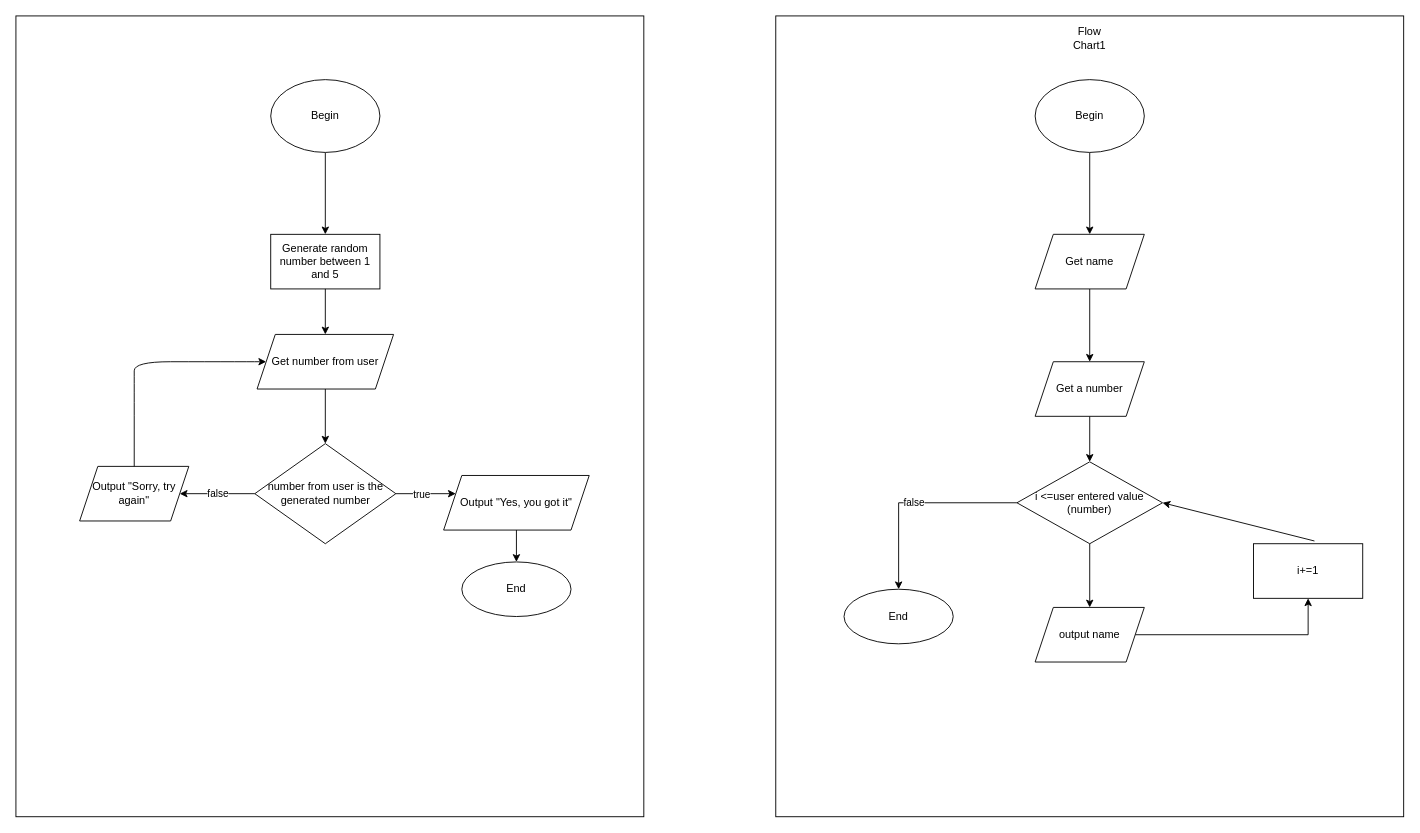
mh-anwar/ICS3U1 keeps this draw.io diagram as assignmentThirteenAnwar/Untitled Diagram.drawio. Above is the earlier version. Source tidied: cells renumbered, new cells numbered last; positions are measured from the earlier drawing's top-left corner, leaving out a move shared by most shapes. Both pictures are drawn from the tidied source at 91%, with x=0, y=0 at pixel (15, 15).
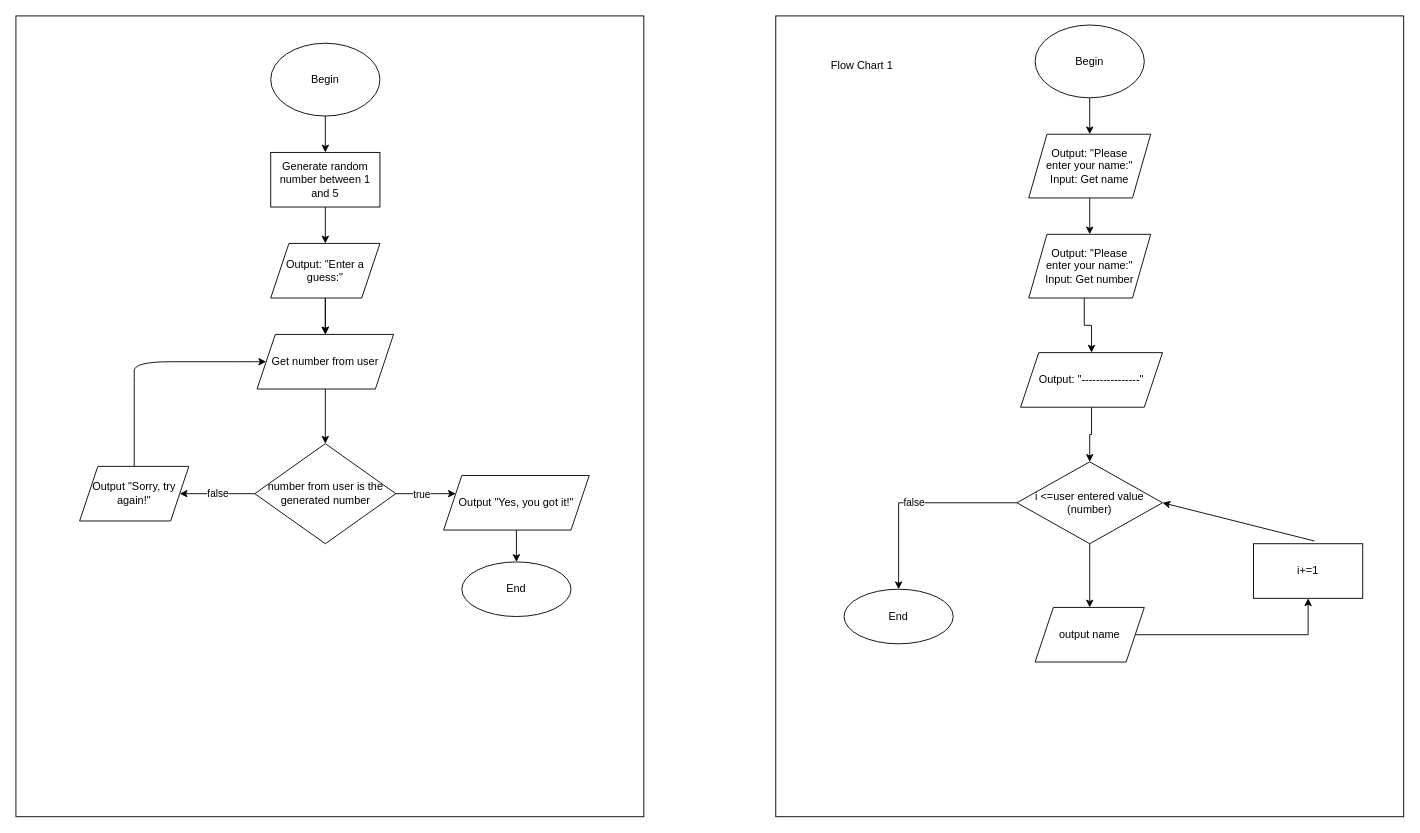
Above is the later version.

The change refers to these unchanged cells:
```xml
<mxCell id="11" value="i &amp;lt;=user entered value (number)" style="rhombus;whiteSpace=wrap;html=1;" parent="1" vertex="1">
  <mxGeometry x="1100" y="490" width="160" height="90" as="geometry" />
</mxCell>
<mxCell id="23" value="Get number from user" style="shape=parallelogram;perimeter=parallelogramPerimeter;whiteSpace=wrap;html=1;fixedSize=1;" parent="1" vertex="1">
  <mxGeometry x="265" y="350" width="150" height="60" as="geometry" />
</mxCell>
```

What changed in the source:
```diff
@@
-    <mxCell id="4" style="edgeStyle=orthogonalEdgeStyle;rounded=0;jettySize=auto;html=1;" parent="1" edge="1" source="5" target="7">
+    <mxCell id="4" style="edgeStyle=orthogonalEdgeStyle;rounded=0;jettySize=auto;html=1;" parent="1" edge="1" source="5" target="35">
       <mxGeometry relative="1" as="geometry" />
     </mxCell>
     <mxCell id="5" value="Begin" style="ellipse;whiteSpace=wrap;html=1;" parent="1" vertex="1">
-      <mxGeometry x="1120" y="70" width="120" height="80" as="geometry" />
+      <mxGeometry x="1120" y="10" width="120" height="80" as="geometry" />
     </mxCell>
-    <mxCell id="6" style="edgeStyle=orthogonalEdgeStyle;rounded=0;jettySize=auto;html=1;" parent="1" edge="1" source="7" target="9">
+    <mxCell id="6" style="edgeStyle=orthogonalEdgeStyle;rounded=0;jettySize=auto;html=1;exitX=0.455;exitY=1;exitDx=0;exitDy=0;exitPerimeter=0;" parent="1" edge="1" source="36" target="37">
       <mxGeometry relative="1" as="geometry" />
     </mxCell>
-    <mxCell id="7" value="Get name" style="shape=parallelogram;perimeter=parallelogramPerimeter;whiteSpace=wrap;html=1;fixedSize=1;" parent="1" vertex="1">
-      <mxGeometry x="1120" y="240" width="120" height="60" as="geometry" />
-    </mxCell>
-    <mxCell id="8" style="edgeStyle=orthogonalEdgeStyle;rounded=0;jettySize=auto;html=1;" parent="1" edge="1" source="9" target="11">
+    <mxCell id="8" style="edgeStyle=orthogonalEdgeStyle;rounded=0;jettySize=auto;html=1;" parent="1" edge="1" source="37" target="11">
       <mxGeometry relative="1" as="geometry" />
     </mxCell>
-    <mxCell id="9" value="Get a number" style="shape=parallelogram;perimeter=parallelogramPerimeter;whiteSpace=wrap;html=1;fixedSize=1;" parent="1" vertex="1">
-      <mxGeometry x="1120" y="380" width="120" height="60" as="geometry" />
-    </mxCell>
@@
-    <mxCell id="18" value="Flow Chart1" style="text;html=1;strokeColor=none;fillColor=none;align=center;verticalAlign=middle;whiteSpace=wrap;rounded=0;" parent="1" vertex="1">
-      <mxGeometry x="1150" y="10" width="60" height="30" as="geometry" />
+    <mxCell id="18" value="Flow Chart 1" style="text;html=1;strokeColor=none;fillColor=none;align=center;verticalAlign=middle;whiteSpace=wrap;rounded=0;" parent="1" vertex="1">
+      <mxGeometry x="890" y="40" width="80" height="30" as="geometry" />
     </mxCell>
@@
     <mxCell id="20" value="Begin" style="ellipse;whiteSpace=wrap;html=1;" parent="1" vertex="1">
-      <mxGeometry x="280" y="70" width="120" height="80" as="geometry" />
+      <mxGeometry x="280" y="30" width="120" height="80" as="geometry" />
     </mxCell>
     <mxCell id="21" value="Generate random number between 1 and 5" style="whiteSpace=wrap;html=1;" parent="1" vertex="1">
-      <mxGeometry x="280" y="240" width="120" height="60" as="geometry" />
+      <mxGeometry x="280" y="150" width="120" height="60" as="geometry" />
     </mxCell>
@@
-    <mxCell id="24" style="endArrow=classic;html=1;rounded=0;exitX=0.5;exitY=1;exitDx=0;exitDy=0;entryX=0.5;entryY=0;entryDx=0;entryDy=0;" parent="1" edge="1" source="21" target="23">
-      <mxGeometry relative="1" as="geometry" />
+    <mxCell id="24" style="endArrow=classic;html=1;rounded=0;entryX=0.5;entryY=0;entryDx=0;entryDy=0;" parent="1" edge="1" target="23">
+      <mxGeometry relative="1" as="geometry">
+        <mxPoint x="340" y="310" as="sourcePoint" />
+      </mxGeometry>
     </mxCell>
@@
-    <mxCell id="29" value="Output &quot;Sorry, try again&quot;" style="shape=parallelogram;perimeter=parallelogramPerimeter;whiteSpace=wrap;html=1;fixedSize=1;" parent="1" vertex="1">
+    <mxCell id="29" value="Output &quot;Sorry, try again!&quot;" style="shape=parallelogram;perimeter=parallelogramPerimeter;whiteSpace=wrap;html=1;fixedSize=1;" parent="1" vertex="1">
       <mxGeometry x="70" y="495" width="120" height="60" as="geometry" />
     </mxCell>
@@
-    <mxCell id="31" value="Output &quot;Yes, you got it&quot;" style="shape=parallelogram;perimeter=parallelogramPerimeter;whiteSpace=wrap;html=1;fixedSize=1;" parent="1" vertex="1">
+    <mxCell id="31" value="Output &quot;Yes, you got it!&quot;" style="shape=parallelogram;perimeter=parallelogramPerimeter;whiteSpace=wrap;html=1;fixedSize=1;" parent="1" vertex="1">
       <mxGeometry x="470" y="505" width="160" height="60" as="geometry" />
     </mxCell>
@@
+    <mxCell id="34" style="edgeStyle=orthogonalEdgeStyle;rounded=0;jettySize=auto;html=1;" parent="1" edge="1" source="35" target="36">
+      <mxGeometry relative="1" as="geometry" />
+    </mxCell>
+    <mxCell id="35" value="Output: &quot;Please enter your name:&quot;&lt;br&gt;Input: Get name" style="shape=parallelogram;perimeter=parallelogramPerimeter;whiteSpace=wrap;html=1;fixedSize=1;spacingTop=10;spacingBottom=10;spacingRight=10;spacingLeft=10;" parent="1" vertex="1">
+      <mxGeometry x="1113" y="130" width="134" height="70" as="geometry" />
+    </mxCell>
+    <mxCell id="36" value="Output: &quot;Please enter your name:&quot;&lt;br&gt;Input: Get number" style="shape=parallelogram;perimeter=parallelogramPerimeter;whiteSpace=wrap;html=1;fixedSize=1;spacingTop=10;spacingBottom=10;spacingRight=10;spacingLeft=10;" parent="1" vertex="1">
+      <mxGeometry x="1113" y="240" width="134" height="70" as="geometry" />
+    </mxCell>
+    <mxCell id="37" value="Output: &quot;----------------&quot;" style="shape=parallelogram;perimeter=parallelogramPerimeter;whiteSpace=wrap;html=1;fixedSize=1;" parent="1" vertex="1">
+      <mxGeometry x="1104" y="370" width="156" height="60" as="geometry" />
+    </mxCell>
+    <mxCell id="38" style="edgeStyle=orthogonalEdgeStyle;rounded=0;jettySize=auto;html=1;" parent="1" edge="1" source="39" target="23">
+      <mxGeometry relative="1" as="geometry" />
+    </mxCell>
+    <mxCell id="39" value="Output: &quot;Enter a guess:&quot;" style="shape=parallelogram;perimeter=parallelogramPerimeter;whiteSpace=wrap;html=1;fixedSize=1;" parent="1" vertex="1">
+      <mxGeometry x="280" y="250" width="120" height="60" as="geometry" />
+    </mxCell>
+    <mxCell id="40" style="endArrow=classic;html=1;rounded=0;" parent="1" edge="1" source="21" target="39">
+      <mxGeometry relative="1" as="geometry" />
+    </mxCell>
```
